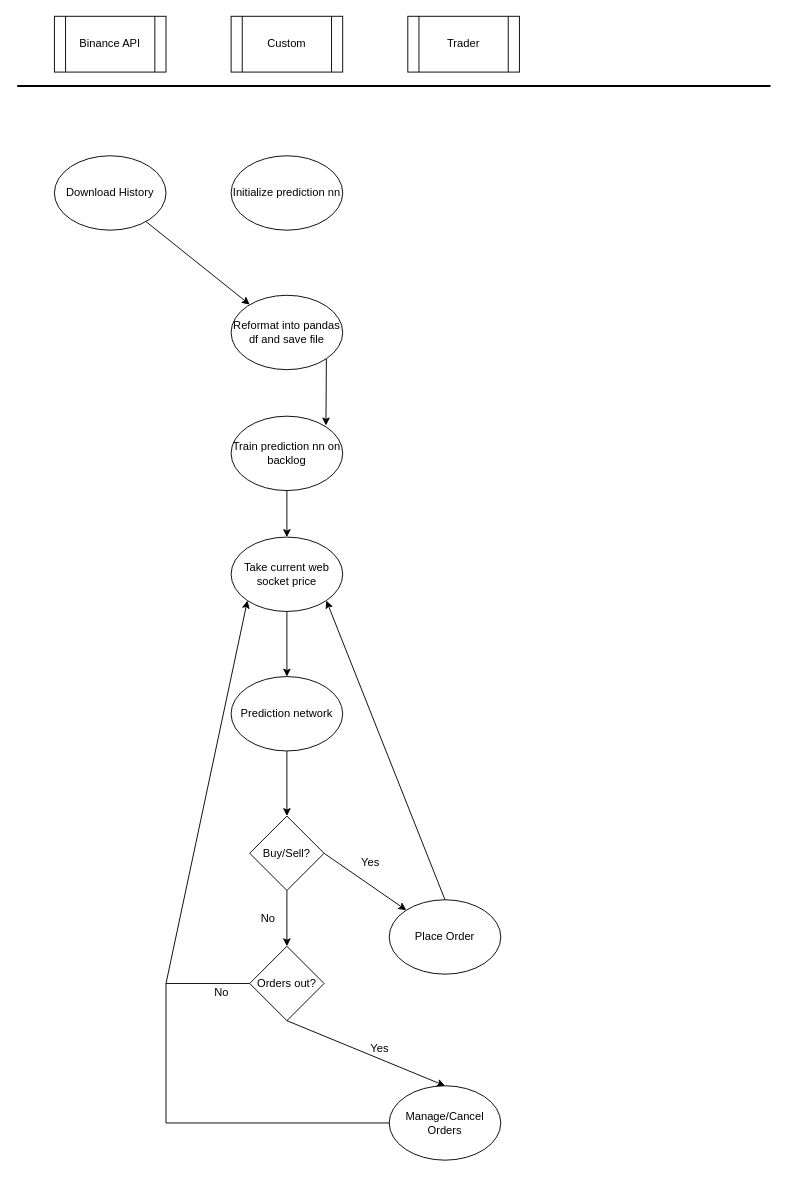
Before: BigPicture.drawio in George-Mitchell-1/AI, a draw.io diagram. Source tidied: cells renumbered, new cells numbered last; positions are measured from the earlier drawing's top-left corner, leaving out a move shared by most shapes. Both pictures are drawn from the tidied source at 93%, with x=0, y=0 at pixel (17, 16).
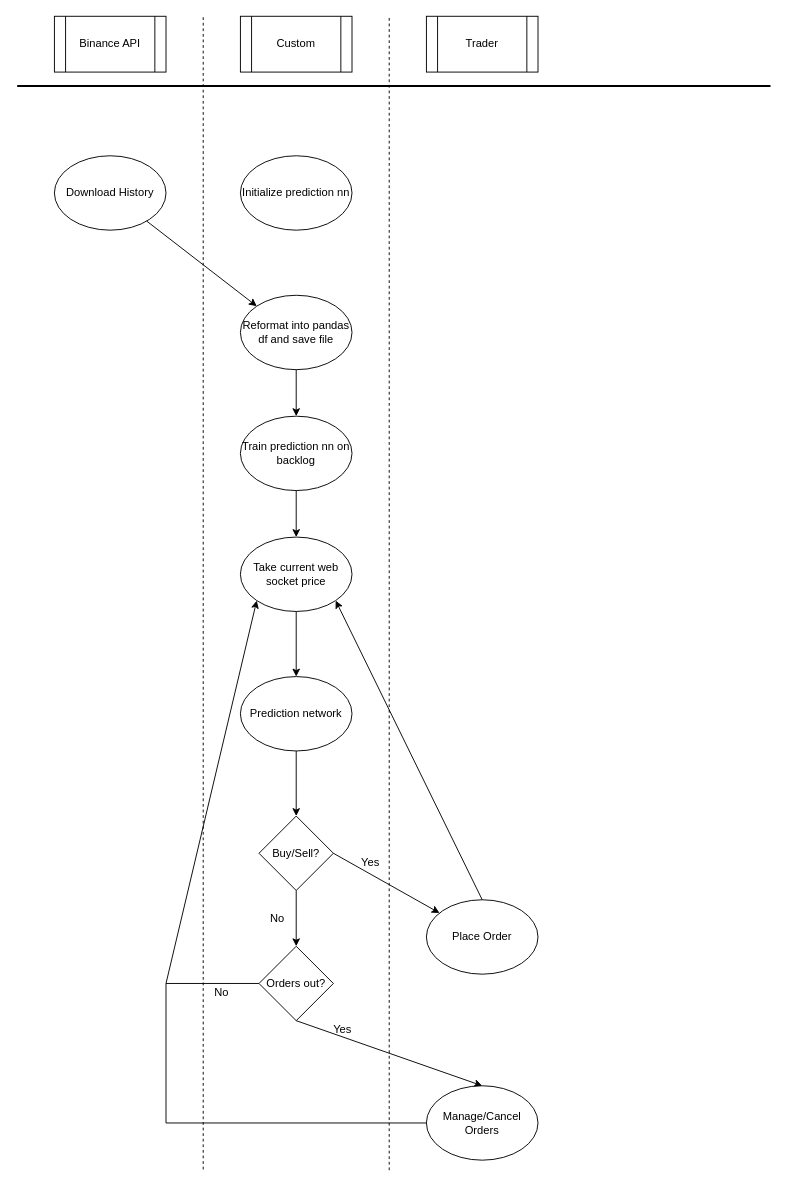
The same page after the edit.

The change refers to these unchanged cells:
```xml
<mxCell id="2" value="Download History" style="ellipse;whiteSpace=wrap;html=1;" parent="1" vertex="1">
  <mxGeometry x="40" y="150" width="120" height="80" as="geometry" />
</mxCell>
```

What changed in the source:
```diff
@@
-    <mxCell id="5" style="endArrow=classic;html=1;" parent="1" edge="1" source="2">
-      <mxGeometry relative="1" as="geometry">
-        <mxPoint x="250" y="310" as="targetPoint" />
-      </mxGeometry>
+    <mxCell id="5" style="endArrow=classic;html=1;entryX=0;entryY=0;entryDx=0;entryDy=0;" parent="1" edge="1" source="2" target="6">
+      <mxGeometry relative="1" as="geometry" />
     </mxCell>
     <mxCell id="6" value="Reformat into pandas df and save file" style="ellipse;whiteSpace=wrap;html=1;" parent="1" vertex="1">
-      <mxGeometry x="230" y="300" width="120" height="80" as="geometry" />
+      <mxGeometry x="240" y="300" width="120" height="80" as="geometry" />
     </mxCell>
-    <mxCell id="7" style="endArrow=classic;html=1;exitX=1;exitY=1;exitDx=0;exitDy=0;" parent="1" edge="1" source="6">
-      <mxGeometry relative="1" as="geometry">
-        <mxPoint x="332" y="440" as="targetPoint" />
-      </mxGeometry>
+    <mxCell id="7" style="endArrow=classic;html=1;exitX=0.5;exitY=1;exitDx=0;exitDy=0;entryX=0.5;entryY=0;entryDx=0;entryDy=0;" parent="1" edge="1" source="6" target="8">
+      <mxGeometry relative="1" as="geometry" />
     </mxCell>
     <mxCell id="8" value="Train prediction nn on backlog" style="ellipse;whiteSpace=wrap;html=1;" parent="1" vertex="1">
-      <mxGeometry x="230" y="430" width="120" height="80" as="geometry" />
+      <mxGeometry x="240" y="430" width="120" height="80" as="geometry" />
     </mxCell>
     <mxCell id="9" value="Initialize prediction nn" style="ellipse;whiteSpace=wrap;html=1;" parent="1" vertex="1">
-      <mxGeometry x="230" y="150" width="120" height="80" as="geometry" />
+      <mxGeometry x="240" y="150" width="120" height="80" as="geometry" />
     </mxCell>
@@
     <mxCell id="11" value="Take current web socket price" style="ellipse;whiteSpace=wrap;html=1;" parent="1" vertex="1">
-      <mxGeometry x="230" y="560" width="120" height="80" as="geometry" />
+      <mxGeometry x="240" y="560" width="120" height="80" as="geometry" />
     </mxCell>
-    <mxCell id="12" style="endArrow=classic;html=1;exitX=0.5;exitY=1;exitDx=0;exitDy=0;" parent="1" edge="1" source="11">
-      <mxGeometry relative="1" as="geometry">
-        <mxPoint x="290" y="710" as="targetPoint" />
-      </mxGeometry>
+    <mxCell id="12" style="endArrow=classic;html=1;exitX=0.5;exitY=1;exitDx=0;exitDy=0;entryX=0.5;entryY=0;entryDx=0;entryDy=0;" parent="1" edge="1" source="11" target="14">
+      <mxGeometry relative="1" as="geometry" />
     </mxCell>
     <mxCell id="13" value="Buy/Sell?" style="rhombus;whiteSpace=wrap;html=1;" parent="1" vertex="1">
-      <mxGeometry x="250" y="860" width="80" height="80" as="geometry" />
+      <mxGeometry x="260" y="860" width="80" height="80" as="geometry" />
     </mxCell>
     <mxCell id="14" value="Prediction network" style="ellipse;whiteSpace=wrap;html=1;" parent="1" vertex="1">
-      <mxGeometry x="230" y="710" width="120" height="80" as="geometry" />
+      <mxGeometry x="240" y="710" width="120" height="80" as="geometry" />
     </mxCell>
@@
     <mxCell id="18" value="Place Order" style="ellipse;whiteSpace=wrap;html=1;" parent="1" vertex="1">
-      <mxGeometry x="400" y="950" width="120" height="80" as="geometry" />
+      <mxGeometry x="440" y="950" width="120" height="80" as="geometry" />
     </mxCell>
     <mxCell id="19" value="Custom" style="shape=process;whiteSpace=wrap;html=1;backgroundOutline=1;" parent="1" vertex="1">
-      <mxGeometry x="230" width="120" height="60" as="geometry" />
+      <mxGeometry x="240" width="120" height="60" as="geometry" />
     </mxCell>
     <mxCell id="20" value="Trader" style="shape=process;whiteSpace=wrap;html=1;backgroundOutline=1;" parent="1" vertex="1">
-      <mxGeometry x="420" width="120" height="60" as="geometry" />
+      <mxGeometry x="440" width="120" height="60" as="geometry" />
     </mxCell>
@@
-    <mxCell id="22" style="endArrow=classic;html=1;exitX=0.5;exitY=1;exitDx=0;exitDy=0;" parent="1" edge="1" source="13">
-      <mxGeometry relative="1" as="geometry">
-        <mxPoint x="290" y="1000" as="targetPoint" />
-      </mxGeometry>
+    <mxCell id="22" style="endArrow=classic;html=1;exitX=0.5;exitY=1;exitDx=0;exitDy=0;entryX=0.5;entryY=0;entryDx=0;entryDy=0;" parent="1" edge="1" source="13" target="24">
+      <mxGeometry relative="1" as="geometry" />
     </mxCell>
     <mxCell id="23" value="No" style="text;html=1;strokeColor=none;fillColor=none;align=center;verticalAlign=middle;whiteSpace=wrap;rounded=0;" parent="1" vertex="1">
-      <mxGeometry x="250" y="960" width="40" height="20" as="geometry" />
+      <mxGeometry x="260" y="960" width="40" height="20" as="geometry" />
     </mxCell>
     <mxCell id="24" value="Orders out?" style="rhombus;whiteSpace=wrap;html=1;" parent="1" vertex="1">
-      <mxGeometry x="250" y="1000" width="80" height="80" as="geometry" />
+      <mxGeometry x="260" y="1000" width="80" height="80" as="geometry" />
     </mxCell>
@@
     <mxCell id="26" value="Yes" style="text;html=1;strokeColor=none;fillColor=none;align=center;verticalAlign=middle;whiteSpace=wrap;rounded=0;" parent="1" vertex="1">
-      <mxGeometry x="370" y="1100" width="40" height="20" as="geometry" />
+      <mxGeometry x="330" y="1080" width="40" height="20" as="geometry" />
     </mxCell>
     <mxCell id="27" value="Manage/Cancel Orders" style="ellipse;whiteSpace=wrap;html=1;" parent="1" vertex="1">
-      <mxGeometry x="400" y="1150" width="120" height="80" as="geometry" />
+      <mxGeometry x="440" y="1150" width="120" height="80" as="geometry" />
     </mxCell>
@@
+    <mxCell id="33" style="endArrow=none;dashed=1;html=1;" parent="1" edge="1">
+      <mxGeometry relative="1" as="geometry">
+        <mxPoint x="400" y="1240.8" as="sourcePoint" />
+        <mxPoint x="400" as="targetPoint" />
+      </mxGeometry>
+    </mxCell>
+    <mxCell id="34" style="endArrow=none;dashed=1;html=1;" parent="1" edge="1">
+      <mxGeometry relative="1" as="geometry">
+        <mxPoint x="200" y="1240" as="sourcePoint" />
+        <mxPoint x="200" as="targetPoint" />
+      </mxGeometry>
+    </mxCell>
```
